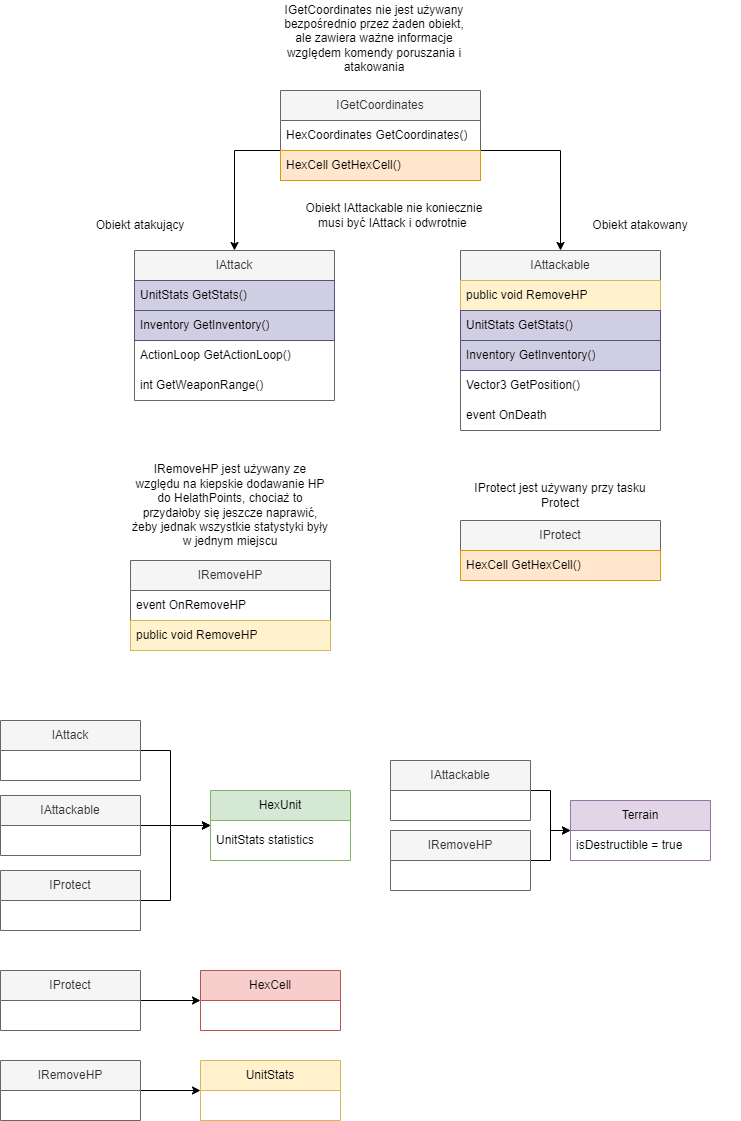
This is Diagrams/Interfejsy (1).png from Netherman2440/HelpfulCode, a draw.io export, as it was before one commit. Source tidied: cells renumbered, new cells last; positions are measured from the earlier drawing's top-left corner, leaving out a move shared by most shapes.
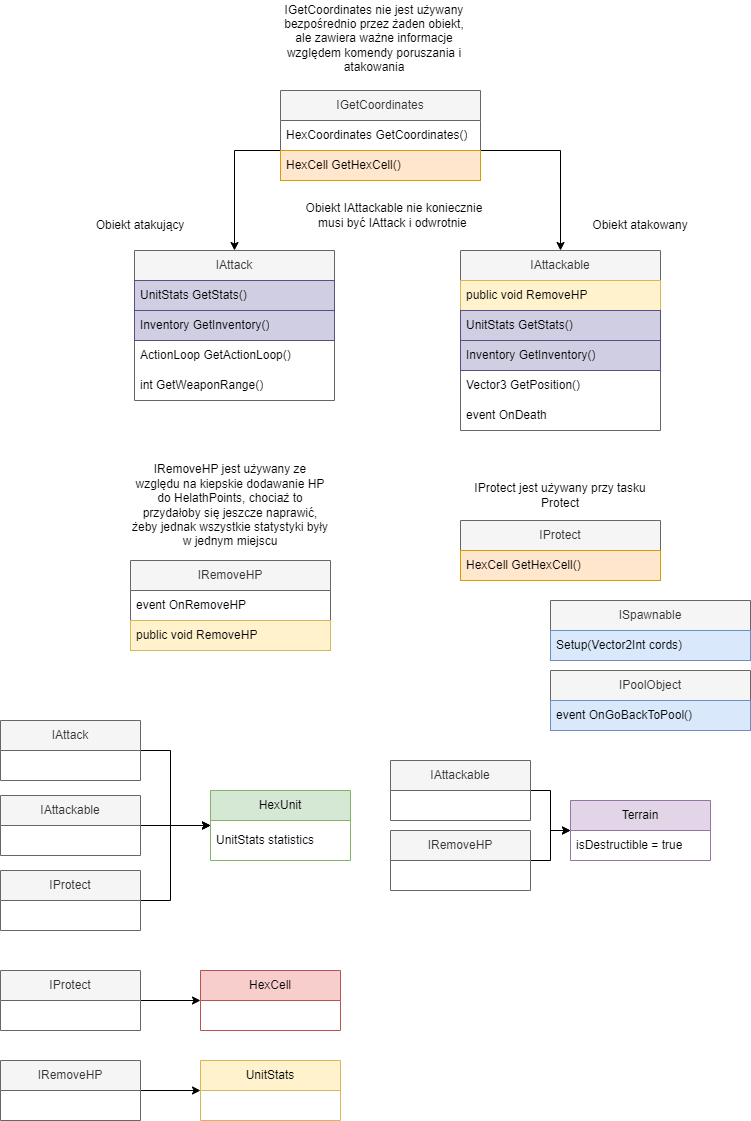
Above is the later version.

What changed in the source:
```diff
@@ -161,5 +161,17 @@
     <mxCell id="48" value="Obiekt atakujący" style="text;html=1;strokeColor=none;fillColor=none;align=center;verticalAlign=middle;whiteSpace=wrap;rounded=0;" parent="1" vertex="1">
       <mxGeometry x="40" y="200" width="200" height="50" as="geometry" />
     </mxCell>
+    <mxCell id="49" value="ISpawnable" style="swimlane;fontStyle=0;horizontal=1;startSize=30;whiteSpace=wrap;html=1;fillColor=#f5f5f5;fontColor=#333333;strokeColor=#666666;" parent="1" vertex="1">
+      <mxGeometry x="550" y="600" width="200" height="60" as="geometry" />
+    </mxCell>
+    <mxCell id="50" value="Setup(Vector2Int cords)" style="text;align=left;verticalAlign=middle;spacingLeft=4;spacingRight=4;overflow=hidden;whiteSpace=wrap;html=1;fillColor=#dae8fc;strokeColor=#6c8ebf;" parent="49" vertex="1">
+      <mxGeometry y="30" width="200" height="30" as="geometry" />
+    </mxCell>
+    <mxCell id="51" value="IPoolObject" style="swimlane;fontStyle=0;horizontal=1;startSize=30;whiteSpace=wrap;html=1;fillColor=#f5f5f5;fontColor=#333333;strokeColor=#666666;" parent="1" vertex="1">
+      <mxGeometry x="550" y="670" width="200" height="60" as="geometry" />
+    </mxCell>
+    <mxCell id="52" value="event OnGoBackToPool()" style="text;align=left;verticalAlign=middle;spacingLeft=4;spacingRight=4;overflow=hidden;whiteSpace=wrap;html=1;fillColor=#dae8fc;strokeColor=#6c8ebf;" parent="51" vertex="1">
+      <mxGeometry y="30" width="200" height="30" as="geometry" />
+    </mxCell>
   </root>
 </mxGraphModel>
```
